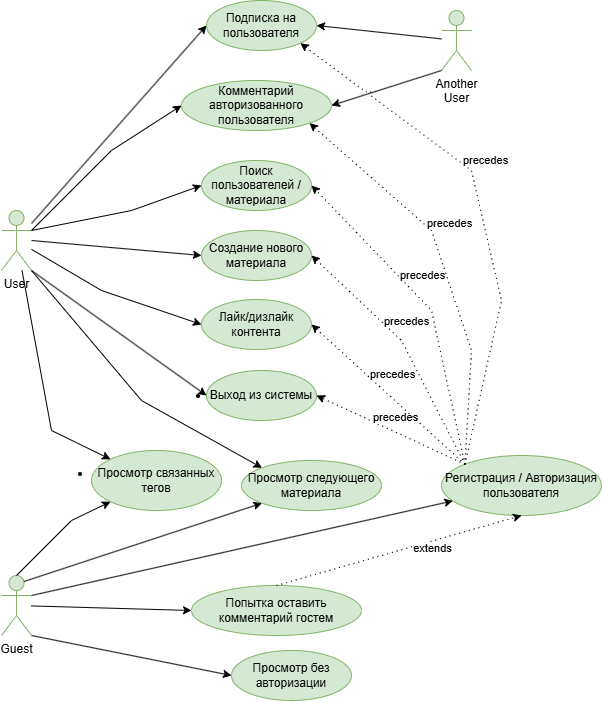
Above: itmo-tpo-lab3.png in sidimekov/itmo-tpo-lab3 (draw.io), before the change. Source tidied: cells renumbered, new cells last; positions are measured from the earlier drawing's top-left corner, leaving out a move shared by most shapes.
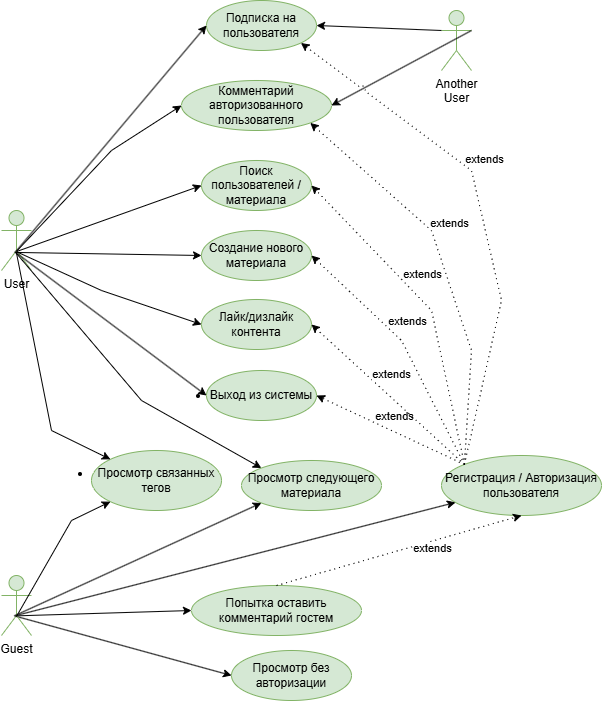
The same diagram one commit later.

What changed in the source:
```diff
@@ -8,7 +8,7 @@
     <mxCell id="3" style="edgeStyle=none;rounded=0;jumpStyle=arc;jettySize=auto;html=1;dashed=1;dashPattern=1 4;fontSize=12;fontColor=#000000;exitX=0;exitY=0;exitDx=0;exitDy=0;entryX=1;entryY=0.5;entryDx=0;entryDy=0;" parent="1" edge="1" source="5" target="19">
       <mxGeometry relative="1" as="geometry" />
     </mxCell>
-    <mxCell id="4" value="precedes" style="edgeLabel;html=1;align=center;verticalAlign=middle;" parent="3" vertex="1">
+    <mxCell id="4" value="extends" style="edgeLabel;html=1;align=center;verticalAlign=middle;" parent="3" vertex="1">
       <mxGeometry x="0.2" y="1" relative="1" as="geometry">
         <mxPoint x="18.8" y="-7.8" as="offset" />
       </mxGeometry>
@@ -16,17 +16,17 @@
     <mxCell id="5" value="Регистрация / Авторизация пользователя" style="ellipse;whiteSpace=wrap;html=1;rounded=1;strokeWidth=1;fontSize=12;fillColor=#d5e8d4;strokeColor=#82b366;" parent="1" vertex="1">
       <mxGeometry x="440" y="455" width="160" height="60" as="geometry" />
     </mxCell>
-    <mxCell id="6" style="edgeStyle=none;rounded=0;jettySize=auto;html=1;fontSize=12;fontColor=#000000;entryX=0;entryY=0.5;entryDx=0;entryDy=0;exitX=1;exitY=1;exitDx=0;exitDy=0;exitPerimeter=0;" parent="1" edge="1" source="21" target="9">
+    <mxCell id="6" style="edgeStyle=none;rounded=0;jettySize=auto;html=1;fontSize=12;fontColor=#000000;entryX=0;entryY=0.5;entryDx=0;entryDy=0;exitX=0.473;exitY=0.679;exitDx=0;exitDy=0;exitPerimeter=0;" parent="1" edge="1" source="21" target="9">
       <mxGeometry relative="1" as="geometry" />
     </mxCell>
-    <mxCell id="7" style="edgeStyle=none;rounded=0;jettySize=auto;html=1;fontSize=12;fontColor=#000000;entryX=0;entryY=0;entryDx=0;entryDy=0;exitX=1;exitY=1;exitDx=0;exitDy=0;exitPerimeter=0;" parent="1" edge="1" source="2" target="10">
+    <mxCell id="7" style="edgeStyle=none;rounded=0;jettySize=auto;html=1;fontSize=12;fontColor=#000000;entryX=0;entryY=0;entryDx=0;entryDy=0;exitX=0.463;exitY=0.694;exitDx=0;exitDy=0;exitPerimeter=0;" parent="1" edge="1" source="2" target="10">
       <mxGeometry relative="1" as="geometry">
         <Array as="points">
           <mxPoint x="140" y="400" />
         </Array>
       </mxGeometry>
     </mxCell>
-    <mxCell id="8" style="edgeStyle=none;rounded=0;jettySize=auto;html=1;fontSize=12;fontColor=#000000;exitX=1;exitY=0.3333333333333333;exitDx=0;exitDy=0;exitPerimeter=0;" parent="1" edge="1" source="21" target="5">
+    <mxCell id="8" style="edgeStyle=none;rounded=0;jettySize=auto;html=1;fontSize=12;fontColor=#000000;exitX=0.485;exitY=0.667;exitDx=0;exitDy=0;exitPerimeter=0;" parent="1" edge="1" source="21" target="5">
       <mxGeometry relative="1" as="geometry" />
     </mxCell>
     <mxCell id="9" value="Просмотр без авторизации" style="ellipse;whiteSpace=wrap;html=1;rounded=1;strokeWidth=1;fontSize=12;fillColor=#d5e8d4;strokeColor=#82b366;" parent="1" vertex="1">
@@ -38,7 +38,7 @@
     <mxCell id="11" value="Лайк/дизлайк контента" style="ellipse;whiteSpace=wrap;html=1;rounded=1;strokeWidth=1;fontSize=12;fillColor=#d5e8d4;strokeColor=#82b366;" parent="1" vertex="1">
       <mxGeometry x="200" y="299" width="110" height="50" as="geometry" />
     </mxCell>
-    <mxCell id="12" style="edgeStyle=none;rounded=0;jettySize=auto;html=1;fontSize=12;fontColor=#000000;entryX=0;entryY=0.5;entryDx=0;entryDy=0;" parent="1" edge="1" source="2" target="11">
+    <mxCell id="12" style="edgeStyle=none;rounded=0;jettySize=auto;html=1;fontSize=12;fontColor=#000000;entryX=0;entryY=0.5;entryDx=0;entryDy=0;exitX=0.497;exitY=0.686;exitDx=0;exitDy=0;exitPerimeter=0;" parent="1" edge="1" source="2" target="11">
       <mxGeometry relative="1" as="geometry">
         <Array as="points">
           <mxPoint x="100" y="290" />
@@ -48,7 +48,7 @@
     <mxCell id="13" value="&lt;li&gt;&lt;span&gt;Просмотр связанных тегов&lt;/span&gt;&lt;/li&gt;" style="ellipse;whiteSpace=wrap;html=1;rounded=1;strokeWidth=1;fontSize=12;fillColor=#d5e8d4;strokeColor=#82b366;" parent="1" vertex="1">
       <mxGeometry x="90" y="450" width="130" height="60" as="geometry" />
     </mxCell>
-    <mxCell id="14" style="edgeStyle=none;rounded=0;jettySize=auto;html=1;fontSize=12;fontColor=#000000;entryX=0;entryY=0;entryDx=0;entryDy=0;" parent="1" edge="1" source="2" target="13">
+    <mxCell id="14" style="edgeStyle=none;rounded=0;jettySize=auto;html=1;fontSize=12;fontColor=#000000;entryX=0;entryY=0;entryDx=0;entryDy=0;exitX=0.497;exitY=0.703;exitDx=0;exitDy=0;exitPerimeter=0;" parent="1" edge="1" source="2" target="13">
       <mxGeometry relative="1" as="geometry">
         <Array as="points">
           <mxPoint x="50" y="430" />
@@ -76,51 +76,49 @@
     <mxCell id="21" value="Guest" style="shape=umlActor;verticalLabelPosition=bottom;verticalAlign=top;html=1;fontFamily=Helvetica;fontSize=12;align=center;strokeColor=#82b366;strokeWidth=1;fillColor=#d5e8d4;" parent="1" vertex="1">
       <mxGeometry y="575" width="30" height="60" as="geometry" />
     </mxCell>
-    <mxCell id="22" style="edgeStyle=none;rounded=0;jettySize=auto;html=1;fontSize=12;fontColor=#000000;entryX=0;entryY=1;entryDx=0;entryDy=0;exitX=0.5;exitY=0;exitDx=0;exitDy=0;exitPerimeter=0;" parent="1" edge="1" source="21" target="13">
+    <mxCell id="22" style="edgeStyle=none;rounded=0;jettySize=auto;html=1;fontSize=12;fontColor=#000000;entryX=0;entryY=1;entryDx=0;entryDy=0;exitX=0.497;exitY=0.685;exitDx=0;exitDy=0;exitPerimeter=0;" parent="1" edge="1" source="21" target="13">
       <mxGeometry relative="1" as="geometry">
         <Array as="points">
           <mxPoint x="70" y="520" />
         </Array>
       </mxGeometry>
     </mxCell>
-    <mxCell id="23" style="edgeStyle=none;rounded=0;jettySize=auto;html=1;fontSize=12;fontColor=#000000;entryX=0;entryY=1;entryDx=0;entryDy=0;exitX=0.75;exitY=0.1;exitDx=0;exitDy=0;exitPerimeter=0;" parent="1" edge="1" source="21" target="10">
+    <mxCell id="23" style="edgeStyle=none;rounded=0;jettySize=auto;html=1;fontSize=12;fontColor=#000000;entryX=0;entryY=1;entryDx=0;entryDy=0;exitX=0.424;exitY=0.673;exitDx=0;exitDy=0;exitPerimeter=0;" parent="1" edge="1" source="21" target="10">
       <mxGeometry relative="1" as="geometry" />
     </mxCell>
-    <mxCell id="24" style="edgeStyle=none;rounded=0;jettySize=auto;html=1;fontSize=12;fontColor=#000000;entryX=0;entryY=0.5;entryDx=0;entryDy=0;" parent="1" edge="1" source="21" target="15">
+    <mxCell id="24" style="edgeStyle=none;rounded=0;jettySize=auto;html=1;fontSize=12;fontColor=#000000;entryX=0;entryY=0.5;entryDx=0;entryDy=0;exitX=0.473;exitY=0.673;exitDx=0;exitDy=0;exitPerimeter=0;" parent="1" edge="1" source="21" target="15">
       <mxGeometry relative="1" as="geometry" />
     </mxCell>
-    <mxCell id="25" style="edgeStyle=none;rounded=0;jettySize=auto;html=1;fontSize=12;fontColor=#000000;entryX=0;entryY=0.5;entryDx=0;entryDy=0;exitX=1;exitY=0.3333333333333333;exitDx=0;exitDy=0;exitPerimeter=0;" parent="1" edge="1" source="2" target="18">
+    <mxCell id="25" style="edgeStyle=none;rounded=0;jettySize=auto;html=1;fontSize=12;fontColor=#000000;entryX=0;entryY=0.5;entryDx=0;entryDy=0;exitX=0.5;exitY=0.681;exitDx=0;exitDy=0;exitPerimeter=0;" parent="1" edge="1" source="2" target="18">
       <mxGeometry relative="1" as="geometry">
         <Array as="points">
           <mxPoint x="110" y="150" />
         </Array>
       </mxGeometry>
     </mxCell>
-    <mxCell id="26" style="edgeStyle=none;rounded=0;jettySize=auto;html=1;fontSize=12;fontColor=#000000;entryX=0;entryY=0.5;entryDx=0;entryDy=0;exitX=1;exitY=0.3333333333333333;exitDx=0;exitDy=0;exitPerimeter=0;" parent="1" edge="1" source="2" target="20">
+    <mxCell id="26" style="edgeStyle=none;rounded=0;jettySize=auto;html=1;fontSize=12;fontColor=#000000;entryX=0;entryY=0.5;entryDx=0;entryDy=0;exitX=0.519;exitY=0.681;exitDx=0;exitDy=0;exitPerimeter=0;" parent="1" edge="1" source="2" target="20">
       <mxGeometry relative="1" as="geometry">
         <Array as="points">
           <mxPoint x="130" y="210" />
         </Array>
       </mxGeometry>
     </mxCell>
-    <mxCell id="27" style="edgeStyle=none;rounded=0;jettySize=auto;html=1;fontSize=12;fontColor=#000000;entryX=0;entryY=0.5;entryDx=0;entryDy=0;" parent="1" edge="1" target="16">
-      <mxGeometry relative="1" as="geometry">
-        <mxPoint x="30" y="240" as="sourcePoint" />
-      </mxGeometry>
+    <mxCell id="27" style="edgeStyle=none;rounded=0;jettySize=auto;html=1;fontSize=12;fontColor=#000000;entryX=0;entryY=0.5;entryDx=0;entryDy=0;exitX=0.485;exitY=0.699;exitDx=0;exitDy=0;exitPerimeter=0;" parent="1" edge="1" source="2" target="16">
+      <mxGeometry relative="1" as="geometry" />
     </mxCell>
-    <mxCell id="28" style="edgeStyle=none;rounded=0;jettySize=auto;html=1;fontSize=12;fontColor=#000000;entryX=0;entryY=0.5;entryDx=0;entryDy=0;" parent="1" edge="1" source="2" target="17">
+    <mxCell id="28" style="edgeStyle=none;rounded=0;jettySize=auto;html=1;fontSize=12;fontColor=#000000;entryX=0;entryY=0.5;entryDx=0;entryDy=0;exitX=0.481;exitY=0.682;exitDx=0;exitDy=0;exitPerimeter=0;" parent="1" edge="1" source="2" target="17">
       <mxGeometry relative="1" as="geometry" />
     </mxCell>
-    <mxCell id="29" style="edgeStyle=none;rounded=0;jettySize=auto;html=1;fontSize=12;fontColor=#000000;entryX=0;entryY=0.5;entryDx=0;entryDy=0;exitX=1;exitY=1;exitDx=0;exitDy=0;exitPerimeter=0;" parent="1" edge="1" source="2" target="19">
+    <mxCell id="29" style="edgeStyle=none;rounded=0;jettySize=auto;html=1;fontSize=12;fontColor=#000000;entryX=0;entryY=0.5;entryDx=0;entryDy=0;exitX=0.438;exitY=0.686;exitDx=0;exitDy=0;exitPerimeter=0;" parent="1" edge="1" source="2" target="19">
       <mxGeometry relative="1" as="geometry" />
     </mxCell>
     <mxCell id="30" value="Another&lt;div&gt;User&lt;/div&gt;" style="shape=umlActor;verticalLabelPosition=bottom;verticalAlign=top;html=1;fontFamily=Helvetica;fontSize=12;align=center;strokeColor=#82b366;strokeWidth=1;fillColor=#d5e8d4;" parent="1" vertex="1">
       <mxGeometry x="440" y="10" width="30" height="60" as="geometry" />
     </mxCell>
-    <mxCell id="31" style="edgeStyle=none;rounded=0;jettySize=auto;html=1;fontSize=12;fontColor=#000000;entryX=1;entryY=0.5;entryDx=0;entryDy=0;exitX=0;exitY=1;exitDx=0;exitDy=0;exitPerimeter=0;" parent="1" edge="1" source="30" target="18">
+    <mxCell id="31" style="edgeStyle=none;rounded=0;jettySize=auto;html=1;fontSize=12;fontColor=#000000;entryX=1;entryY=0.5;entryDx=0;entryDy=0;exitX=1;exitY=0.3333333333333333;exitDx=0;exitDy=0;exitPerimeter=0;" parent="1" edge="1" source="30" target="18">
       <mxGeometry relative="1" as="geometry" />
     </mxCell>
-    <mxCell id="32" style="edgeStyle=none;rounded=0;jettySize=auto;html=1;fontSize=12;fontColor=#000000;entryX=1;entryY=0.5;entryDx=0;entryDy=0;" parent="1" edge="1" source="30" target="17">
+    <mxCell id="32" style="edgeStyle=none;rounded=0;jettySize=auto;html=1;fontSize=12;fontColor=#000000;entryX=1;entryY=0.5;entryDx=0;entryDy=0;exitX=0;exitY=0.3333333333333333;exitDx=0;exitDy=0;exitPerimeter=0;" parent="1" edge="1" source="30" target="17">
       <mxGeometry relative="1" as="geometry" />
     </mxCell>
     <mxCell id="33" style="edgeStyle=none;rounded=0;jumpStyle=arc;jettySize=auto;html=1;dashed=1;dashPattern=1 4;fontSize=12;fontColor=#000000;exitX=0.5;exitY=0;exitDx=0;exitDy=0;entryX=0.5;entryY=1;entryDx=0;entryDy=0;" parent="1" edge="1" source="15" target="5">
@@ -134,7 +132,7 @@
     <mxCell id="35" style="edgeStyle=none;rounded=0;jumpStyle=arc;jettySize=auto;html=1;dashed=1;dashPattern=1 4;fontSize=12;fontColor=#000000;exitX=0;exitY=0;exitDx=0;exitDy=0;entryX=1;entryY=0.5;entryDx=0;entryDy=0;" parent="1" edge="1" source="5" target="11">
       <mxGeometry relative="1" as="geometry" />
     </mxCell>
-    <mxCell id="36" value="precedes" style="edgeLabel;html=1;align=center;verticalAlign=middle;" parent="35" vertex="1">
+    <mxCell id="36" value="extends" style="edgeLabel;html=1;align=center;verticalAlign=middle;" parent="35" vertex="1">
       <mxGeometry x="0.2" y="1" relative="1" as="geometry">
         <mxPoint x="18.8" y="-7.8" as="offset" />
       </mxGeometry>
@@ -146,7 +144,7 @@
         </Array>
       </mxGeometry>
     </mxCell>
-    <mxCell id="38" value="precedes" style="edgeLabel;html=1;align=center;verticalAlign=middle;" parent="37" vertex="1">
+    <mxCell id="38" value="extends" style="edgeLabel;html=1;align=center;verticalAlign=middle;" parent="37" vertex="1">
       <mxGeometry x="0.2" y="1" relative="1" as="geometry">
         <mxPoint x="18.8" y="-7.8" as="offset" />
       </mxGeometry>
@@ -158,7 +156,7 @@
         </Array>
       </mxGeometry>
     </mxCell>
-    <mxCell id="40" value="precedes" style="edgeLabel;html=1;align=center;verticalAlign=middle;" parent="39" vertex="1">
+    <mxCell id="40" value="extends" style="edgeLabel;html=1;align=center;verticalAlign=middle;" parent="39" vertex="1">
       <mxGeometry x="0.2" y="1" relative="1" as="geometry">
         <mxPoint x="18.8" y="-7.8" as="offset" />
       </mxGeometry>
@@ -171,7 +169,7 @@
         </Array>
       </mxGeometry>
     </mxCell>
-    <mxCell id="42" value="precedes" style="edgeLabel;html=1;align=center;verticalAlign=middle;" parent="41" vertex="1">
+    <mxCell id="42" value="extends" style="edgeLabel;html=1;align=center;verticalAlign=middle;" parent="41" vertex="1">
       <mxGeometry x="0.2" y="1" relative="1" as="geometry">
         <mxPoint x="18.8" y="-7.8" as="offset" />
       </mxGeometry>
@@ -184,7 +182,7 @@
         </Array>
       </mxGeometry>
     </mxCell>
-    <mxCell id="44" value="precedes" style="edgeLabel;html=1;align=center;verticalAlign=middle;" parent="43" vertex="1">
+    <mxCell id="44" value="extends" style="edgeLabel;html=1;align=center;verticalAlign=middle;" parent="43" vertex="1">
       <mxGeometry x="0.2" y="1" relative="1" as="geometry">
         <mxPoint x="18.8" y="-7.8" as="offset" />
       </mxGeometry>
```
